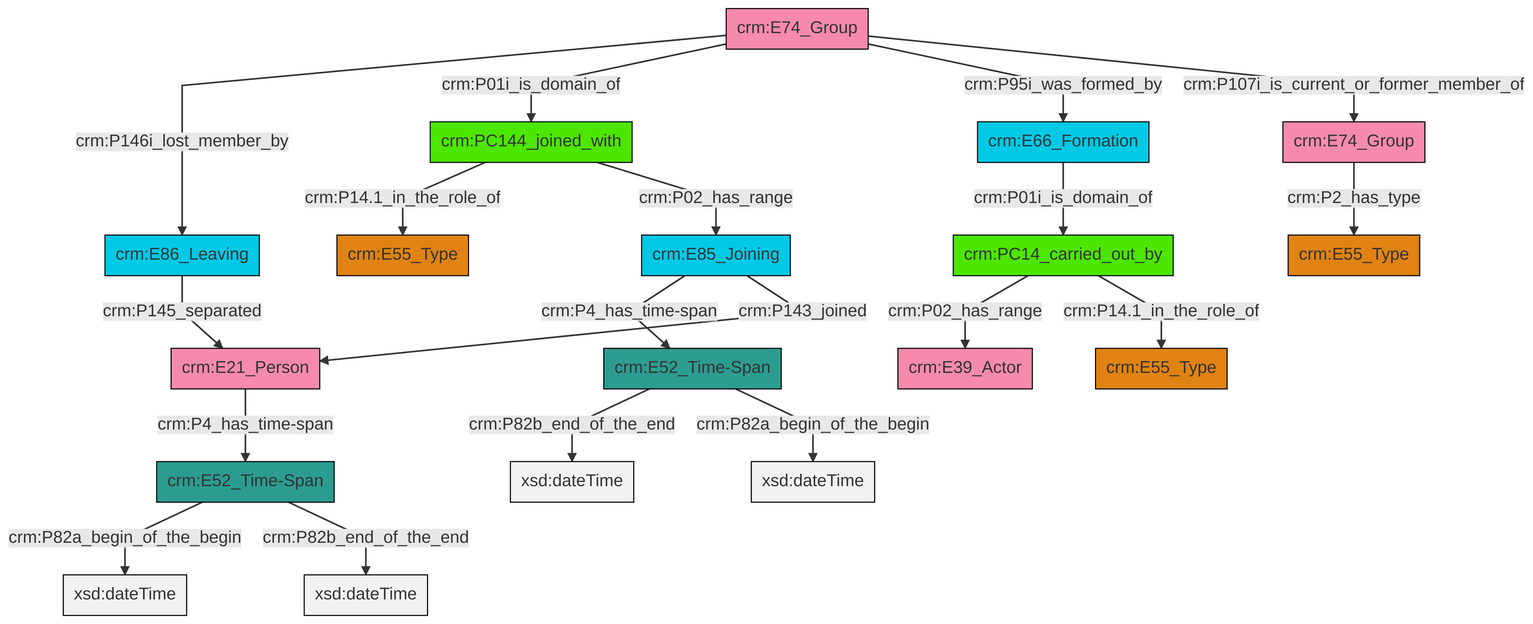
Before: et/groupCSV/ttl/mmd/png/group_actor_relations.png, a diagram exported from Mermaid (swiss-art-research-net/docs.swissartresearch). Its source is kept beside it as et/groupCSV/ttl/mmd/group_actor_relations.ttl.mmd.
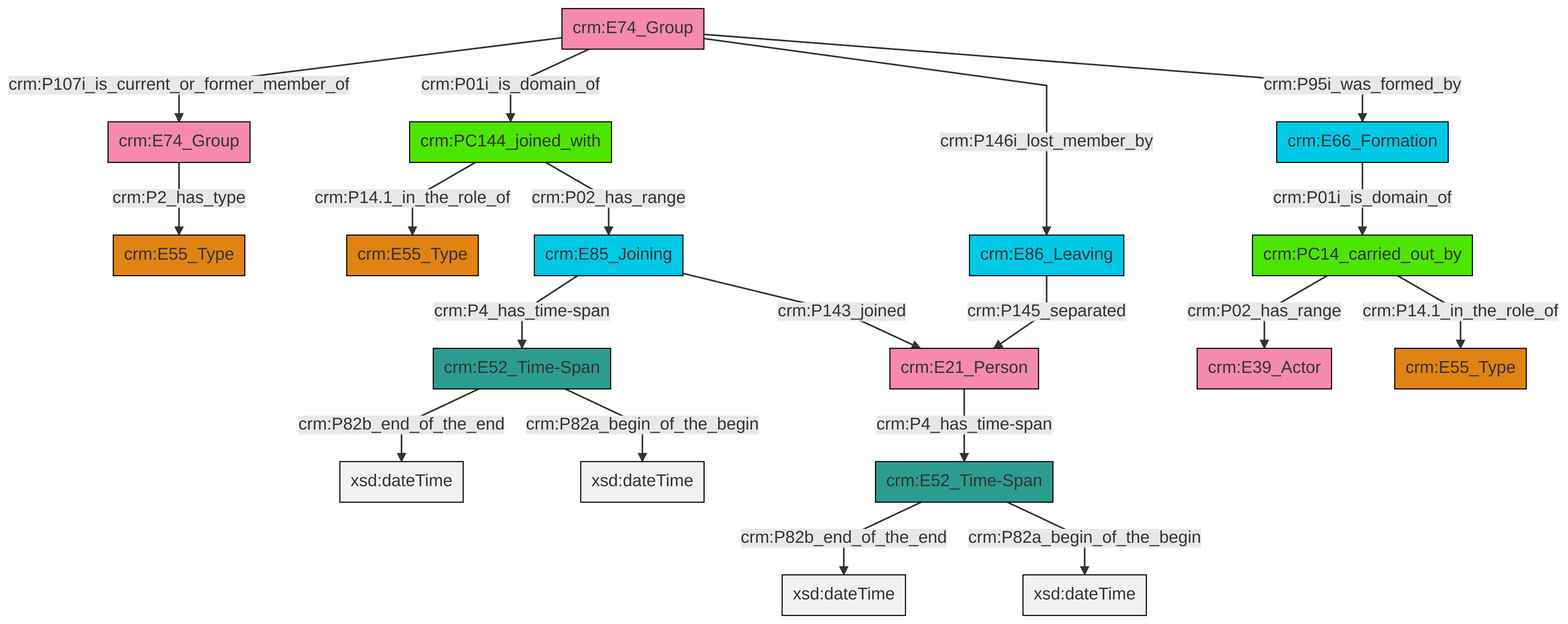
Above is the later version.

Diff of the diagram source:
```diff
@@ -13,21 +13,21 @@
 classDef PC_Classes fill:#4ce600, stroke:#000000;
 classDef Multi fill:#cccccc,stroke:#000000;
 
-0["crm:E52_Time-Span"]:::Time-Span -->|crm:P82a_begin_of_the_begin| 1[xsd:dateTime]:::Literal
-8["crm:E74_Group"]:::Actor -->|crm:P146i_lost_member_by| 6["crm:E86_Leaving"]:::Temporal_Entity
-6["crm:E86_Leaving"]:::Temporal_Entity -->|crm:P145_separated| 4["crm:E21_Person"]:::Actor
-4["crm:E21_Person"]:::Actor -->|crm:P4_has_time-span| 0["crm:E52_Time-Span"]:::Time-Span
-0["crm:E52_Time-Span"]:::Time-Span -->|crm:P82b_end_of_the_end| 14[xsd:dateTime]:::Literal
-12["crm:E52_Time-Span"]:::Time-Span -->|crm:P82b_end_of_the_end| 17[xsd:dateTime]:::Literal
-19["crm:PC144_joined_with"]:::PC_Classes -->|crm:P14.1_in_the_role_of| 15["crm:E55_Type"]:::Type
-20["crm:PC14_carried_out_by"]:::PC_Classes -->|crm:P02_has_range| 2["crm:E39_Actor"]:::Actor
-21["crm:E85_Joining"]:::Temporal_Entity -->|crm:P4_has_time-span| 12["crm:E52_Time-Span"]:::Time-Span
-8["crm:E74_Group"]:::Actor -->|crm:P01i_is_domain_of| 19["crm:PC144_joined_with"]:::PC_Classes
-12["crm:E52_Time-Span"]:::Time-Span -->|crm:P82a_begin_of_the_begin| 23[xsd:dateTime]:::Literal
-21["crm:E85_Joining"]:::Temporal_Entity -->|crm:P143_joined| 4["crm:E21_Person"]:::Actor
-20["crm:PC14_carried_out_by"]:::PC_Classes -->|crm:P14.1_in_the_role_of| 26["crm:E55_Type"]:::Type
-8["crm:E74_Group"]:::Actor -->|crm:P95i_was_formed_by| 28["crm:E66_Formation"]:::Temporal_Entity
-28["crm:E66_Formation"]:::Temporal_Entity -->|crm:P01i_is_domain_of| 20["crm:PC14_carried_out_by"]:::PC_Classes
-8["crm:E74_Group"]:::Actor -->|crm:P107i_is_current_or_former_member_of| 9["crm:E74_Group"]:::Actor
-19["crm:PC144_joined_with"]:::PC_Classes -->|crm:P02_has_range| 21["crm:E85_Joining"]:::Temporal_Entity
-9["crm:E74_Group"]:::Actor -->|crm:P2_has_type| 24["crm:E55_Type"]:::Type
+0["crm:E74_Group"]:::Actor -->|crm:P107i_is_current_or_former_member_of| 1["crm:E74_Group"]:::Actor
+0["crm:E74_Group"]:::Actor -->|crm:P01i_is_domain_of| 2["crm:PC144_joined_with"]:::PC_Classes
+3["crm:E66_Formation"]:::Temporal_Entity -->|crm:P01i_is_domain_of| 4["crm:PC14_carried_out_by"]:::PC_Classes
+7["crm:E85_Joining"]:::Temporal_Entity -->|crm:P4_has_time-span| 8["crm:E52_Time-Span"]:::Time-Span
+4["crm:PC14_carried_out_by"]:::PC_Classes -->|crm:P02_has_range| 11["crm:E39_Actor"]:::Actor
+12["crm:E86_Leaving"]:::Temporal_Entity -->|crm:P145_separated| 13["crm:E21_Person"]:::Actor
+0["crm:E74_Group"]:::Actor -->|crm:P146i_lost_member_by| 12["crm:E86_Leaving"]:::Temporal_Entity
+8["crm:E52_Time-Span"]:::Time-Span -->|crm:P82b_end_of_the_end| 16[xsd:dateTime]:::Literal
+2["crm:PC144_joined_with"]:::PC_Classes -->|crm:P14.1_in_the_role_of| 5["crm:E55_Type"]:::Type
+1["crm:E74_Group"]:::Actor -->|crm:P2_has_type| 9["crm:E55_Type"]:::Type
+14["crm:E52_Time-Span"]:::Time-Span -->|crm:P82b_end_of_the_end| 21[xsd:dateTime]:::Literal
+8["crm:E52_Time-Span"]:::Time-Span -->|crm:P82a_begin_of_the_begin| 24[xsd:dateTime]:::Literal
+4["crm:PC14_carried_out_by"]:::PC_Classes -->|crm:P14.1_in_the_role_of| 25["crm:E55_Type"]:::Type
+0["crm:E74_Group"]:::Actor -->|crm:P95i_was_formed_by| 3["crm:E66_Formation"]:::Temporal_Entity
+2["crm:PC144_joined_with"]:::PC_Classes -->|crm:P02_has_range| 7["crm:E85_Joining"]:::Temporal_Entity
+13["crm:E21_Person"]:::Actor -->|crm:P4_has_time-span| 14["crm:E52_Time-Span"]:::Time-Span
+7["crm:E85_Joining"]:::Temporal_Entity -->|crm:P143_joined| 13["crm:E21_Person"]:::Actor
+14["crm:E52_Time-Span"]:::Time-Span -->|crm:P82a_begin_of_the_begin| 29[xsd:dateTime]:::Literal
```
